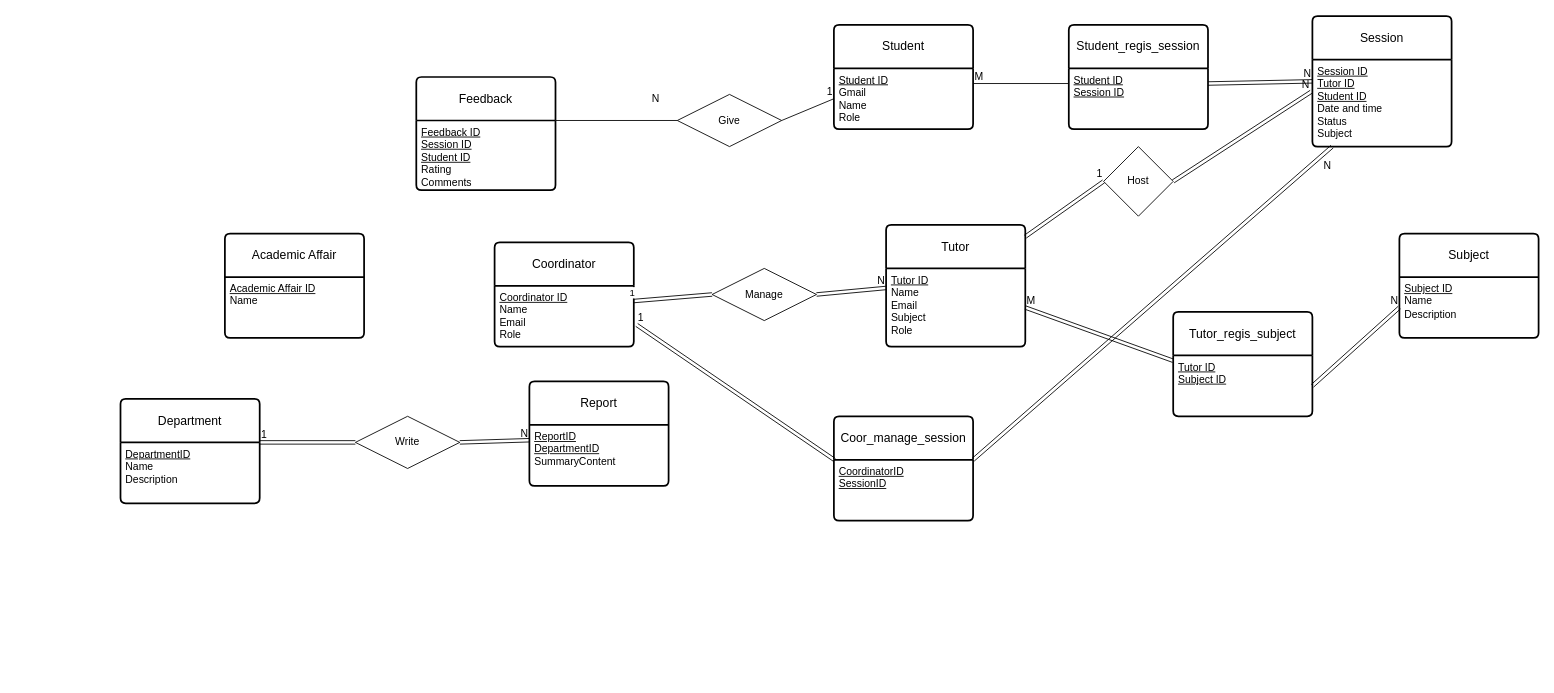
Sonhoangvo/csdl keeps this draw.io diagram as sw2.drawio. Above is the earlier version. Source tidied: cells renumbered, new cells numbered last; positions are measured from the earlier drawing's top-left corner, leaving out a move shared by most shapes. Both pictures are drawn from the tidied source at 87%, with x=0, y=0 at pixel (120, 16).
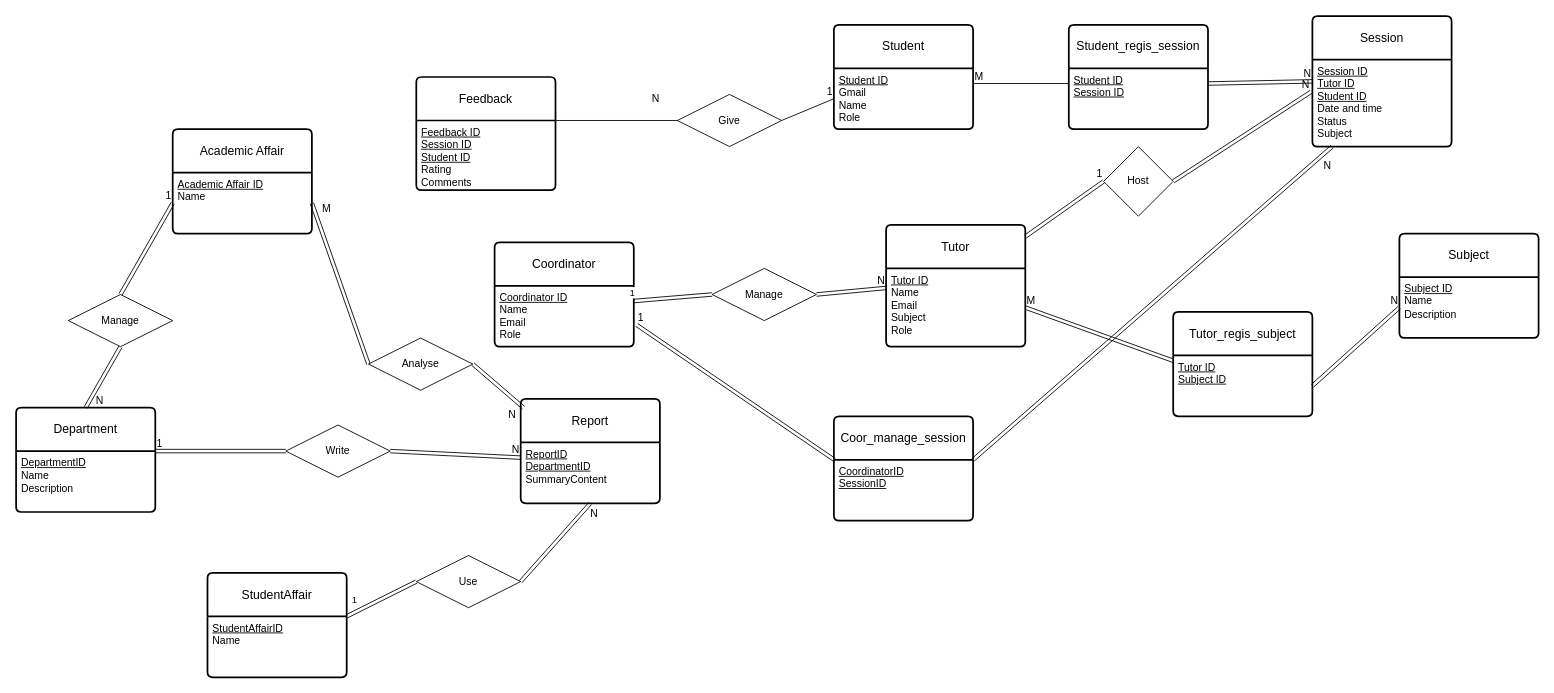
Above is the later version.

Unchanged cells that the change refers to:
```xml
<mxCell id="54" value="&lt;u&gt;ReportID&lt;/u&gt;&lt;div&gt;&lt;u&gt;DepartmentID&lt;/u&gt;&lt;/div&gt;&lt;div&gt;SummaryContent&lt;/div&gt;" style="align=left;strokeColor=none;fillColor=none;spacingLeft=4;spacingRight=4;fontSize=12;verticalAlign=top;html=1;whiteSpace=wrap;" parent="53" vertex="1">
  <mxGeometry y="50" width="160" height="70" as="geometry" />
</mxCell>
<mxCell id="62" value="&lt;u&gt;Academic Affair ID&lt;/u&gt;&lt;div&gt;Name&lt;/div&gt;&lt;div&gt;&lt;br&gt;&lt;/div&gt;" style="align=left;strokeColor=none;fillColor=none;spacingLeft=4;spacingRight=4;fontSize=12;verticalAlign=top;html=1;whiteSpace=wrap;" parent="61" vertex="1">
  <mxGeometry y="50" width="160" height="70" as="geometry" />
</mxCell>
```

Change to the diagram source:
```diff
@@
     <mxCell id="51" value="Department" style="swimlane;horizontal=1;startSize=50;rounded=1;fontSize=14;fontStyle=0;strokeWidth=2;shadow=0;dashed=0;align=center;arcSize=4;whiteSpace=wrap;html=1;" parent="1" vertex="1">
-      <mxGeometry y="440" width="160" height="120" as="geometry" />
+      <mxGeometry x="-120" y="450" width="160" height="120" as="geometry" />
     </mxCell>
@@
     <mxCell id="53" value="Report" style="swimlane;horizontal=1;startSize=50;rounded=1;fontSize=14;fontStyle=0;strokeWidth=2;shadow=0;dashed=0;align=center;arcSize=4;whiteSpace=wrap;html=1;" parent="1" vertex="1">
-      <mxGeometry x="470" y="420" width="160" height="120" as="geometry" />
+      <mxGeometry x="460" y="440" width="160" height="120" as="geometry" />
     </mxCell>
@@
     <mxCell id="55" value="Write" style="shape=rhombus;perimeter=rhombusPerimeter;whiteSpace=wrap;html=1;align=center;" parent="1" vertex="1">
-      <mxGeometry x="270" y="460" width="120" height="60" as="geometry" />
+      <mxGeometry x="190" y="470" width="120" height="60" as="geometry" />
     </mxCell>
@@
     <mxCell id="61" value="Academic Affair" style="swimlane;horizontal=1;startSize=50;rounded=1;fontSize=14;fontStyle=0;strokeWidth=2;shadow=0;dashed=0;align=center;arcSize=4;whiteSpace=wrap;html=1;" parent="1" vertex="1">
-      <mxGeometry x="120" y="250" width="160" height="120" as="geometry" />
+      <mxGeometry x="60" y="130" width="160" height="120" as="geometry" />
     </mxCell>
@@
+    <mxCell id="63" value="Analyse" style="shape=rhombus;perimeter=rhombusPerimeter;whiteSpace=wrap;html=1;align=center;" parent="1" vertex="1">
+      <mxGeometry x="285" y="370" width="120" height="60" as="geometry" />
+    </mxCell>
+    <mxCell id="64" style="shape=link;html=1;rounded=0;exitX=1;exitY=0.5;exitDx=0;exitDy=0;entryX=0;entryY=0.5;entryDx=0;entryDy=0;" parent="1" edge="1" source="62" target="63">
+      <mxGeometry relative="1" as="geometry" />
+    </mxCell>
+    <mxCell id="65" value="M" style="html=1;whiteSpace=wrap;align=left;verticalAlign=bottom;" parent="64" vertex="1">
+      <mxGeometry x="-1" relative="1" as="geometry">
+        <mxPoint x="10" y="15" as="offset" />
+      </mxGeometry>
+    </mxCell>
+    <mxCell id="66" style="shape=link;html=1;rounded=0;entryX=0.021;entryY=0.085;entryDx=0;entryDy=0;entryPerimeter=0;exitX=1;exitY=0.5;exitDx=0;exitDy=0;" parent="1" edge="1" source="63" target="53">
+      <mxGeometry relative="1" as="geometry" />
+    </mxCell>
+    <mxCell id="67" value="N" style="html=1;whiteSpace=wrap;align=right;verticalAlign=bottom;" parent="66" vertex="1">
+      <mxGeometry x="1" relative="1" as="geometry">
+        <mxPoint x="-7" y="17" as="offset" />
+      </mxGeometry>
+    </mxCell>
+    <mxCell id="68" value="Manage" style="shape=rhombus;perimeter=rhombusPerimeter;whiteSpace=wrap;html=1;align=center;" parent="1" vertex="1">
+      <mxGeometry x="-60" y="320" width="120" height="60" as="geometry" />
+    </mxCell>
+    <mxCell id="69" style="shape=link;html=1;rounded=0;exitX=0.5;exitY=0;exitDx=0;exitDy=0;entryX=0;entryY=0.5;entryDx=0;entryDy=0;" parent="1" edge="1" source="68" target="62">
+      <mxGeometry relative="1" as="geometry" />
+    </mxCell>
+    <mxCell id="70" value="1" style="html=1;whiteSpace=wrap;align=right;verticalAlign=bottom;" parent="69" vertex="1">
+      <mxGeometry x="1" relative="1" as="geometry" />
+    </mxCell>
+    <mxCell id="71" style="shape=link;html=1;rounded=0;exitX=0.5;exitY=0;exitDx=0;exitDy=0;entryX=0.5;entryY=1;entryDx=0;entryDy=0;" parent="1" edge="1" source="51" target="68">
+      <mxGeometry relative="1" as="geometry" />
+    </mxCell>
+    <mxCell id="72" value="N" style="html=1;whiteSpace=wrap;align=left;verticalAlign=bottom;" parent="71" vertex="1">
+      <mxGeometry x="-1" relative="1" as="geometry">
+        <mxPoint x="10" as="offset" />
+      </mxGeometry>
+    </mxCell>
+    <mxCell id="73" value="StudentAffair" style="swimlane;horizontal=1;startSize=50;rounded=1;fontSize=14;fontStyle=0;strokeWidth=2;shadow=0;dashed=0;align=center;arcSize=4;whiteSpace=wrap;html=1;" parent="1" vertex="1">
+      <mxGeometry x="100" y="640" width="160" height="120" as="geometry" />
+    </mxCell>
+    <mxCell id="74" value="&lt;u&gt;StudentAffairID&lt;/u&gt;&lt;div&gt;Name&lt;/div&gt;" style="align=left;strokeColor=none;fillColor=none;spacingLeft=4;spacingRight=4;fontSize=12;verticalAlign=top;html=1;whiteSpace=wrap;" parent="73" vertex="1">
+      <mxGeometry y="50" width="160" height="70" as="geometry" />
+    </mxCell>
+    <mxCell id="75" value="Use" style="shape=rhombus;perimeter=rhombusPerimeter;whiteSpace=wrap;html=1;align=center;" parent="1" vertex="1">
+      <mxGeometry x="340" y="620" width="120" height="60" as="geometry" />
+    </mxCell>
+    <mxCell id="76" style="shape=link;html=1;rounded=0;exitX=1;exitY=0.5;exitDx=0;exitDy=0;entryX=0.5;entryY=1;entryDx=0;entryDy=0;" parent="1" edge="1" source="75" target="54">
+      <mxGeometry relative="1" as="geometry" />
+    </mxCell>
+    <mxCell id="77" value="N" style="html=1;whiteSpace=wrap;align=right;verticalAlign=bottom;" parent="76" vertex="1">
+      <mxGeometry x="1" relative="1" as="geometry">
+        <mxPoint x="10" y="20" as="offset" />
+      </mxGeometry>
+    </mxCell>
+    <mxCell id="78" style="shape=link;html=1;rounded=0;exitX=1;exitY=0;exitDx=0;exitDy=0;entryX=0;entryY=0.5;entryDx=0;entryDy=0;" parent="1" edge="1" source="74" target="75">
+      <mxGeometry relative="1" as="geometry" />
+    </mxCell>
+    <mxCell id="79" value="1" style="edgeLabel;html=1;align=center;verticalAlign=middle;" parent="78" vertex="1">
+      <mxGeometry x="-0.74" y="4" relative="1" as="geometry">
+        <mxPoint y="-11" as="offset" />
+      </mxGeometry>
+    </mxCell>
```
